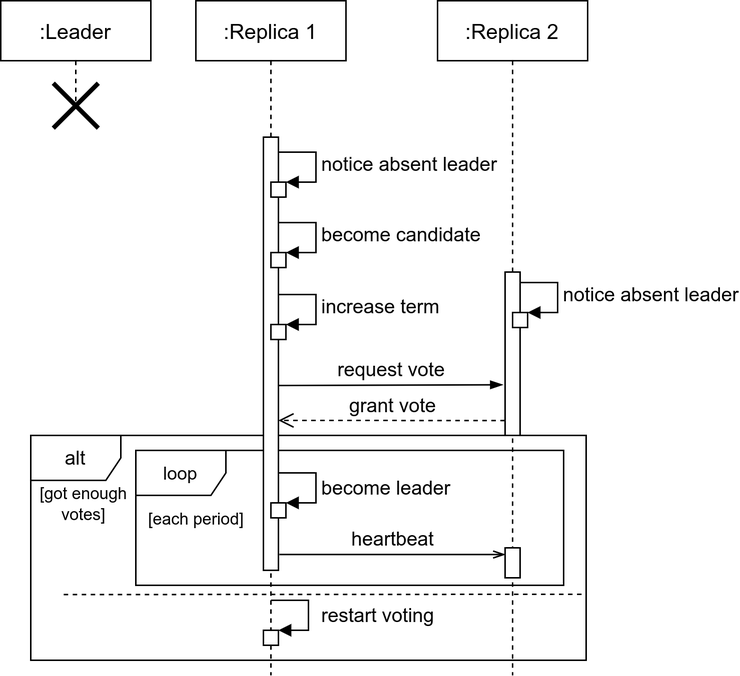
Before: images/sequence/LeaderElection.png, a diagram exported from draw.io (Boffmann/masterThesis). Source tidied: cells renumbered, new cells last; positions are measured from the earlier drawing's top-left corner, leaving out a move shared by most shapes.
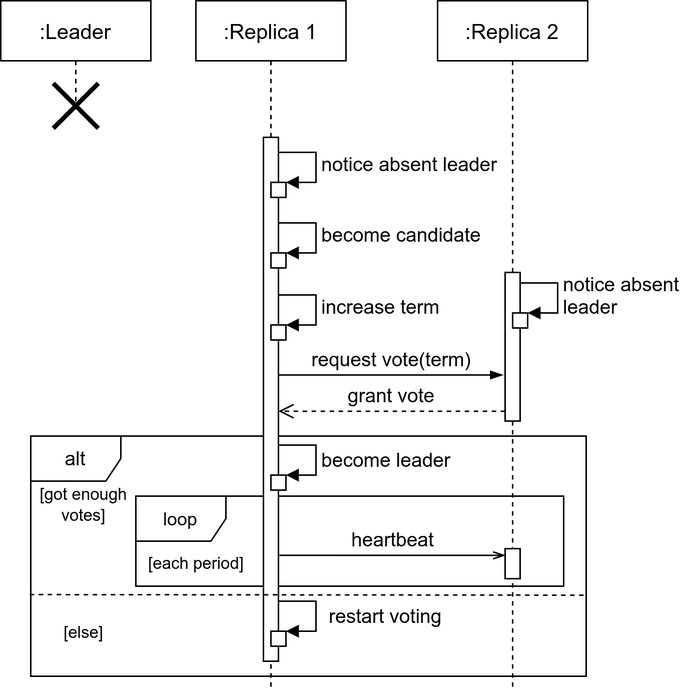
The same diagram one commit later.

What changed in the source:
```diff
@@ -3,15 +3,13 @@
     <mxCell id="0" />
     <mxCell id="1" parent="0" />
     <mxCell id="2" value="&lt;font style=&quot;font-size: 13px&quot;&gt;alt&lt;/font&gt;" style="shape=umlFrame;whiteSpace=wrap;html=1;" parent="1" vertex="1">
-      <mxGeometry x="20" y="290" width="370" height="150" as="geometry" />
+      <mxGeometry x="20" y="290" width="370" height="160" as="geometry" />
     </mxCell>
     <mxCell id="3" value="loop" style="shape=umlFrame;whiteSpace=wrap;html=1;" parent="1" vertex="1">
-      <mxGeometry x="90" y="300" width="285" height="90" as="geometry" />
+      <mxGeometry x="90" y="330" width="285" height="60" as="geometry" />
     </mxCell>
-    <mxCell id="4" value="&lt;font style=&quot;font-size: 13px&quot;&gt;grant vote&lt;/font&gt;" style="html=1;verticalAlign=bottom;endArrow=open;dashed=1;endSize=8;entryX=1.129;entryY=0.95;entryDx=0;entryDy=0;entryPerimeter=0;exitX=-0.016;exitY=0.909;exitDx=0;exitDy=0;exitPerimeter=0;" parent="1" edge="1" source="18">
-      <mxGeometry relative="1" as="geometry">
-        <mxPoint x="185" y="280" as="targetPoint" />
-      </mxGeometry>
+    <mxCell id="4" value="&lt;font style=&quot;font-size: 13px&quot;&gt;grant vote&lt;/font&gt;" style="html=1;verticalAlign=bottom;endArrow=open;dashed=1;endSize=8;exitX=0.007;exitY=0.934;exitDx=0;exitDy=0;exitPerimeter=0;" parent="1" edge="1" source="18" target="8">
+      <mxGeometry relative="1" as="geometry" />
     </mxCell>
     <mxCell id="5" value="&lt;font style=&quot;font-size: 14px&quot;&gt;:Leader&lt;/font&gt;" style="shape=umlLifeline;perimeter=lifelinePerimeter;whiteSpace=wrap;html=1;" parent="1" vertex="1">
       <mxGeometry width="100" height="70" as="geometry" />
@@ -20,10 +18,10 @@
       <mxGeometry x="35" y="55" width="30" height="30" as="geometry" />
     </mxCell>
     <mxCell id="7" value="&lt;font style=&quot;font-size: 14px&quot;&gt;:Replica 1&lt;/font&gt;" style="shape=umlLifeline;perimeter=lifelinePerimeter;whiteSpace=wrap;html=1;" parent="1" vertex="1">
-      <mxGeometry x="130" width="100" height="450" as="geometry" />
+      <mxGeometry x="130" width="100" height="460" as="geometry" />
     </mxCell>
     <mxCell id="8" style="html=1;points=[];perimeter=orthogonalPerimeter;" parent="7" vertex="1">
-      <mxGeometry x="45" y="91" width="10" height="289" as="geometry" />
+      <mxGeometry x="45" y="91" width="10" height="349" as="geometry" />
     </mxCell>
     <mxCell id="9" style="html=1;points=[];perimeter=orthogonalPerimeter;" parent="7" vertex="1">
       <mxGeometry x="50" y="216" width="10" height="10" as="geometry" />
@@ -37,29 +35,29 @@
       </mxGeometry>
     </mxCell>
     <mxCell id="11" style="html=1;points=[];perimeter=orthogonalPerimeter;" parent="7" vertex="1">
-      <mxGeometry x="50" y="335" width="10" height="10" as="geometry" />
+      <mxGeometry x="50" y="316" width="10" height="10" as="geometry" />
     </mxCell>
     <mxCell id="12" value="&lt;font style=&quot;font-size: 13px&quot;&gt;become leader&lt;/font&gt;" style="edgeStyle=orthogonalEdgeStyle;html=1;align=left;spacingLeft=2;endArrow=block;rounded=0;entryX=1;entryY=0;" parent="7" edge="1" target="11">
       <mxGeometry x="0.08" relative="1" as="geometry">
-        <mxPoint x="55" y="315" as="sourcePoint" />
+        <mxPoint x="55" y="296" as="sourcePoint" />
         <Array as="points">
-          <mxPoint x="80" y="315" />
+          <mxPoint x="80" y="296" />
         </Array>
       </mxGeometry>
     </mxCell>
     <mxCell id="13" style="html=1;points=[];perimeter=orthogonalPerimeter;" parent="7" vertex="1">
-      <mxGeometry x="45" y="420" width="10" height="10" as="geometry" />
+      <mxGeometry x="50" y="420" width="10" height="10" as="geometry" />
     </mxCell>
     <mxCell id="14" value="&lt;font style=&quot;font-size: 13px&quot;&gt;restart voting&lt;/font&gt;" style="edgeStyle=orthogonalEdgeStyle;html=1;align=left;spacingLeft=2;endArrow=block;rounded=0;entryX=1;entryY=0;" parent="7" edge="1" target="13">
       <mxGeometry x="0.08" y="5" relative="1" as="geometry">
-        <mxPoint x="50" y="400" as="sourcePoint" />
+        <mxPoint x="55" y="400" as="sourcePoint" />
         <Array as="points">
-          <mxPoint x="75" y="400" />
+          <mxPoint x="80" y="400" />
         </Array>
       </mxGeometry>
     </mxCell>
     <mxCell id="15" value="&lt;font style=&quot;font-size: 14px&quot;&gt;:Replica 2&lt;/font&gt;" style="shape=umlLifeline;perimeter=lifelinePerimeter;whiteSpace=wrap;html=1;" parent="1" vertex="1">
-      <mxGeometry x="291" width="100" height="450" as="geometry" />
+      <mxGeometry x="291" width="100" height="460" as="geometry" />
     </mxCell>
     <mxCell id="16" style="html=1;points=[];perimeter=orthogonalPerimeter;" parent="1" vertex="1">
       <mxGeometry x="180" y="121" width="10" height="10" as="geometry" />
@@ -73,12 +71,12 @@
       </mxGeometry>
     </mxCell>
     <mxCell id="18" style="html=1;points=[];perimeter=orthogonalPerimeter;" parent="1" vertex="1">
-      <mxGeometry x="336" y="181" width="10" height="109" as="geometry" />
+      <mxGeometry x="336" y="181" width="10" height="99" as="geometry" />
     </mxCell>
     <mxCell id="19" style="html=1;points=[];perimeter=orthogonalPerimeter;" parent="1" vertex="1">
       <mxGeometry x="341" y="208" width="10" height="10" as="geometry" />
     </mxCell>
-    <mxCell id="20" value="&lt;font style=&quot;font-size: 13px&quot;&gt;notice absent leader&lt;/font&gt;" style="edgeStyle=orthogonalEdgeStyle;html=1;align=left;spacingLeft=2;endArrow=block;rounded=0;entryX=1;entryY=0;" parent="1" edge="1" target="19">
+    <mxCell id="20" value="&lt;font style=&quot;font-size: 13px&quot;&gt;notice absent&lt;br&gt;leader&lt;/font&gt;" style="edgeStyle=orthogonalEdgeStyle;html=1;align=left;spacingLeft=2;endArrow=block;rounded=0;entryX=1;entryY=0;" parent="1" edge="1" target="19">
       <mxGeometry relative="1" as="geometry">
         <mxPoint x="346" y="188" as="sourcePoint" />
         <Array as="points">
@@ -97,10 +95,8 @@
         </Array>
       </mxGeometry>
     </mxCell>
-    <mxCell id="23" value="&lt;font style=&quot;font-size: 13px&quot;&gt;request vote&lt;/font&gt;" style="html=1;verticalAlign=bottom;endArrow=blockThin;exitX=1.014;exitY=0.442;exitDx=0;exitDy=0;exitPerimeter=0;endFill=1;entryX=-0.145;entryY=0.69;entryDx=0;entryDy=0;entryPerimeter=0;" parent="1" edge="1" target="18">
-      <mxGeometry relative="1" as="geometry">
-        <mxPoint x="185.1" y="256.7" as="sourcePoint" />
-      </mxGeometry>
+    <mxCell id="23" value="&lt;font style=&quot;font-size: 13px&quot;&gt;request vote(term)&lt;/font&gt;" style="html=1;verticalAlign=bottom;endArrow=blockThin;endFill=1;entryX=-0.145;entryY=0.69;entryDx=0;entryDy=0;entryPerimeter=0;" parent="1" edge="1" source="8" target="18">
+      <mxGeometry relative="1" as="geometry" />
     </mxCell>
     <mxCell id="24" style="html=1;points=[];perimeter=orthogonalPerimeter;" parent="1" vertex="1">
       <mxGeometry x="336" y="365" width="10" height="20" as="geometry" />
@@ -111,16 +107,18 @@
       </mxGeometry>
     </mxCell>
     <mxCell id="26" value="&lt;font style=&quot;font-size: 11px&quot;&gt;[each period]&lt;/font&gt;" style="text;html=1;align=center;verticalAlign=middle;" parent="1" vertex="1">
-      <mxGeometry x="90" y="335" width="80" height="20" as="geometry" />
+      <mxGeometry x="90" y="364" width="80" height="20" as="geometry" />
     </mxCell>
     <mxCell id="27" value="&lt;font style=&quot;font-size: 11px&quot;&gt;[got enough&lt;br&gt;votes]&lt;/font&gt;" style="text;html=1;align=center;verticalAlign=middle;" parent="1" vertex="1">
       <mxGeometry x="20" y="320" width="70" height="30" as="geometry" />
     </mxCell>
-    <mxCell id="28" style="endArrow=none;dashed=1;html=1;exitX=0.005;exitY=0.492;exitDx=0;exitDy=0;exitPerimeter=0;" parent="1" edge="1">
+    <mxCell id="28" style="endArrow=none;dashed=1;html=1;exitX=-0.002;exitY=0.66;exitDx=0;exitDy=0;exitPerimeter=0;" parent="1" edge="1" source="2">
       <mxGeometry relative="1" as="geometry">
-        <mxPoint x="41.9" y="396.2" as="sourcePoint" />
         <mxPoint x="390" y="396" as="targetPoint" />
       </mxGeometry>
     </mxCell>
+    <mxCell id="29" value="&lt;span style=&quot;font-size: 11px&quot;&gt;[else]&lt;/span&gt;" style="text;html=1;align=center;verticalAlign=middle;" parent="1" vertex="1">
+      <mxGeometry x="35" y="410" width="40" height="20" as="geometry" />
+    </mxCell>
   </root>
 </mxGraphModel>
```
